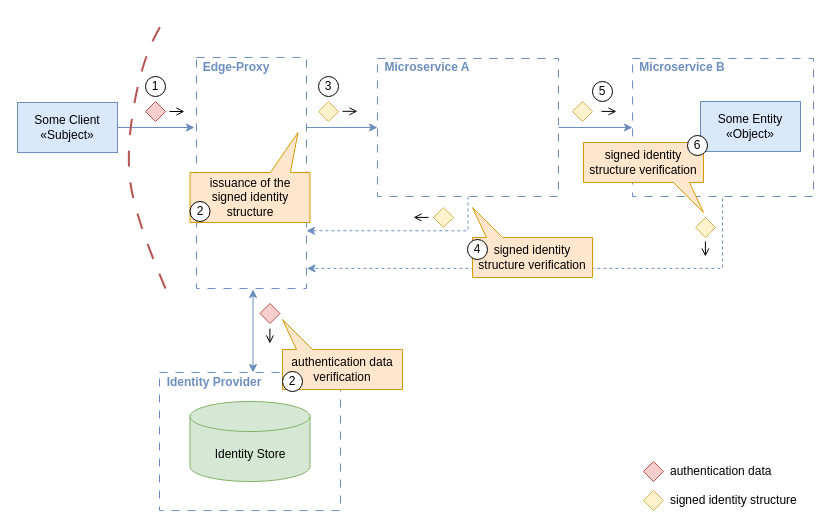
dadrus/CheatSheetSeries keeps this draw.io diagram as assets/Edge_Level_Based_Identity_Propagation.drawio. Above is the earlier version. Source tidied: cells renumbered, new cells numbered last; positions are measured from the earlier drawing's top-left corner, leaving out a move shared by most shapes. Both pictures are drawn from the tidied source at 100%, with x=0, y=0 at pixel (17, 18).
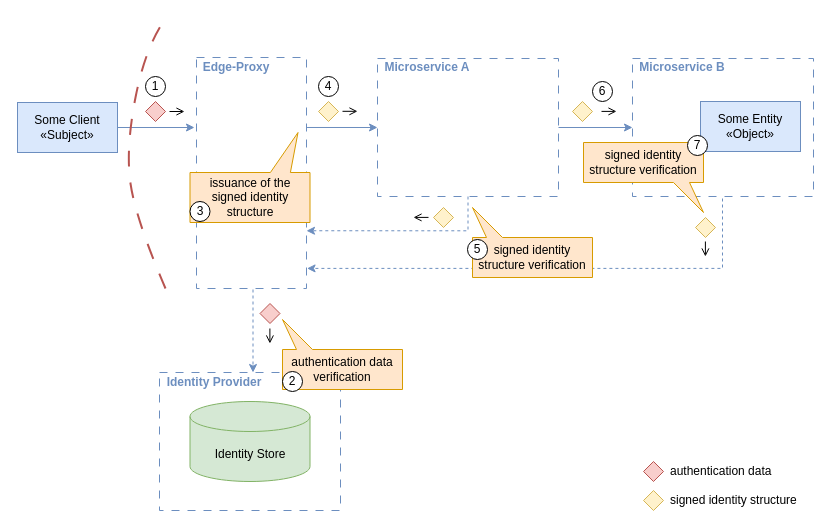
Above is the later version.

The edit, as a diff of the source:
```diff
@@
-    <mxCell id="27" style="edgeStyle=orthogonalEdgeStyle;rounded=0;orthogonalLoop=1;jettySize=auto;html=1;entryX=0.5;entryY=0;entryDx=0;entryDy=0;fillColor=#dae8fc;strokeColor=#6c8ebf;startArrow=classic;startFill=1;" parent="1" edge="1">
+    <mxCell id="27" style="edgeStyle=orthogonalEdgeStyle;rounded=0;orthogonalLoop=1;jettySize=auto;html=1;entryX=0.5;entryY=0;entryDx=0;entryDy=0;fillColor=#dae8fc;strokeColor=#6c8ebf;startArrow=none;startFill=0;dashed=1;" parent="1" edge="1">
       <mxGeometry relative="1" as="geometry">
         <mxPoint x="235.5" y="271" as="sourcePoint" />
         <mxPoint x="235.5" y="354" as="targetPoint" />
       </mxGeometry>
     </mxCell>
@@
-    <mxCell id="36" value="3" style="ellipse;whiteSpace=wrap;html=1;" parent="1" vertex="1">
+    <mxCell id="36" value="4" style="ellipse;whiteSpace=wrap;html=1;" parent="1" vertex="1">
       <mxGeometry x="301" y="58" width="20" height="20" as="geometry" />
     </mxCell>
@@
-    <mxCell id="38" value="5" style="ellipse;whiteSpace=wrap;html=1;" parent="1" vertex="1">
+    <mxCell id="38" value="6" style="ellipse;whiteSpace=wrap;html=1;" parent="1" vertex="1">
       <mxGeometry x="575" y="63" width="20" height="20" as="geometry" />
     </mxCell>
-    <mxCell id="39" value="6" style="ellipse;whiteSpace=wrap;html=1;" parent="1" vertex="1">
+    <mxCell id="39" value="7" style="ellipse;whiteSpace=wrap;html=1;" parent="1" vertex="1">
       <mxGeometry x="670" y="117" width="20" height="20" as="geometry" />
     </mxCell>
-    <mxCell id="40" value="2" style="ellipse;whiteSpace=wrap;html=1;" parent="1" vertex="1">
+    <mxCell id="40" value="3" style="ellipse;whiteSpace=wrap;html=1;" parent="1" vertex="1">
       <mxGeometry x="172.5" y="183" width="20" height="20" as="geometry" />
     </mxCell>
@@
-    <mxCell id="45" value="4" style="ellipse;whiteSpace=wrap;html=1;flipH=1;" parent="1" vertex="1">
+    <mxCell id="45" value="5" style="ellipse;whiteSpace=wrap;html=1;flipH=1;" parent="1" vertex="1">
       <mxGeometry x="450" y="221" width="20" height="20" as="geometry" />
     </mxCell>
```
